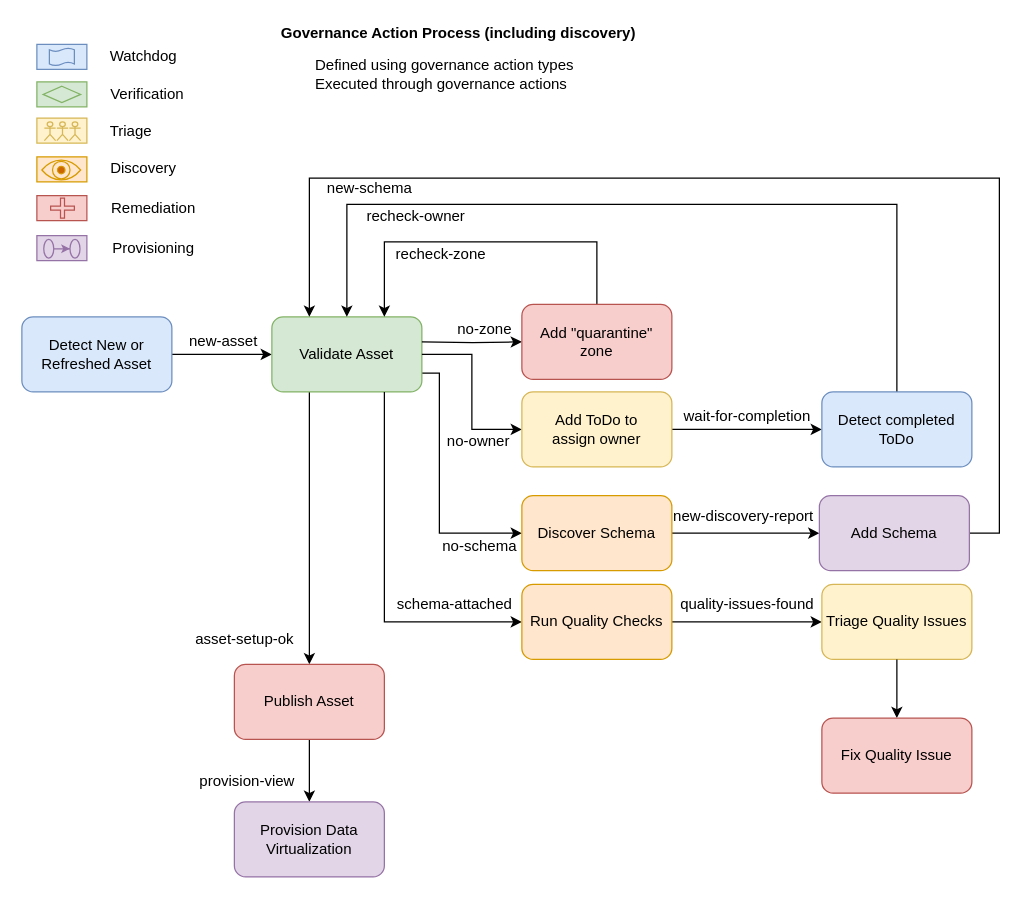
Before: page "governance-action-process" (3 of 4) of site/docs/services/omas/governance-engine/governance-engine-omas.drawio in odpi/egeria-docs, a draw.io diagram. Source tidied: cells renumbered, new cells numbered last; positions are measured from the earlier drawing's top-left corner, leaving out a move shared by most shapes. Both pictures are drawn from the tidied source at 125%, with x=0, y=0 at pixel (21, 21).
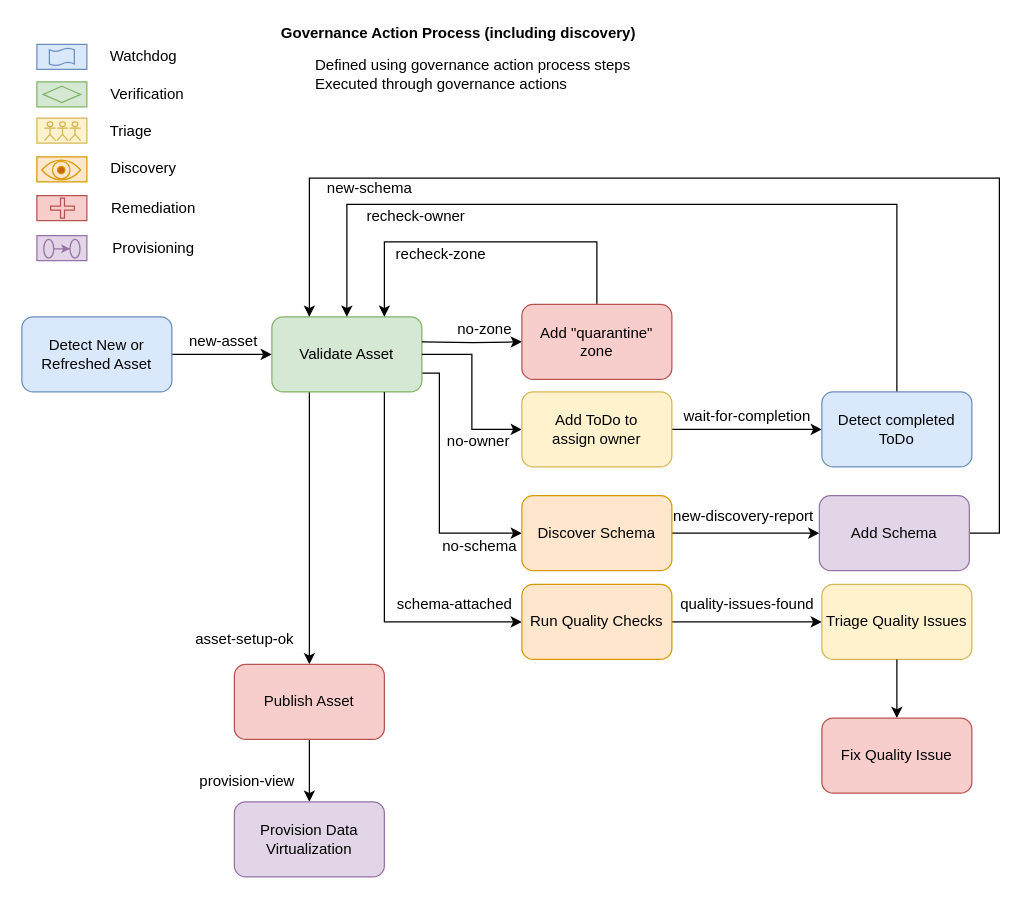
After the change.

The edit, as a diff of the source:
```diff
@@
-    <mxCell id="43" value="Defined using governance action types&lt;br&gt;Executed through governance actions" style="text;html=1;align=left;verticalAlign=middle;" parent="1" vertex="1">
-      <mxGeometry x="233" y="25.5" width="217" height="32" as="geometry" />
+    <mxCell id="43" value="Defined using governance action process steps&lt;br&gt;Executed through governance actions" style="text;html=1;align=left;verticalAlign=middle;" parent="1" vertex="1">
+      <mxGeometry x="233" y="21.5" width="270" height="41" as="geometry" />
     </mxCell>
```
